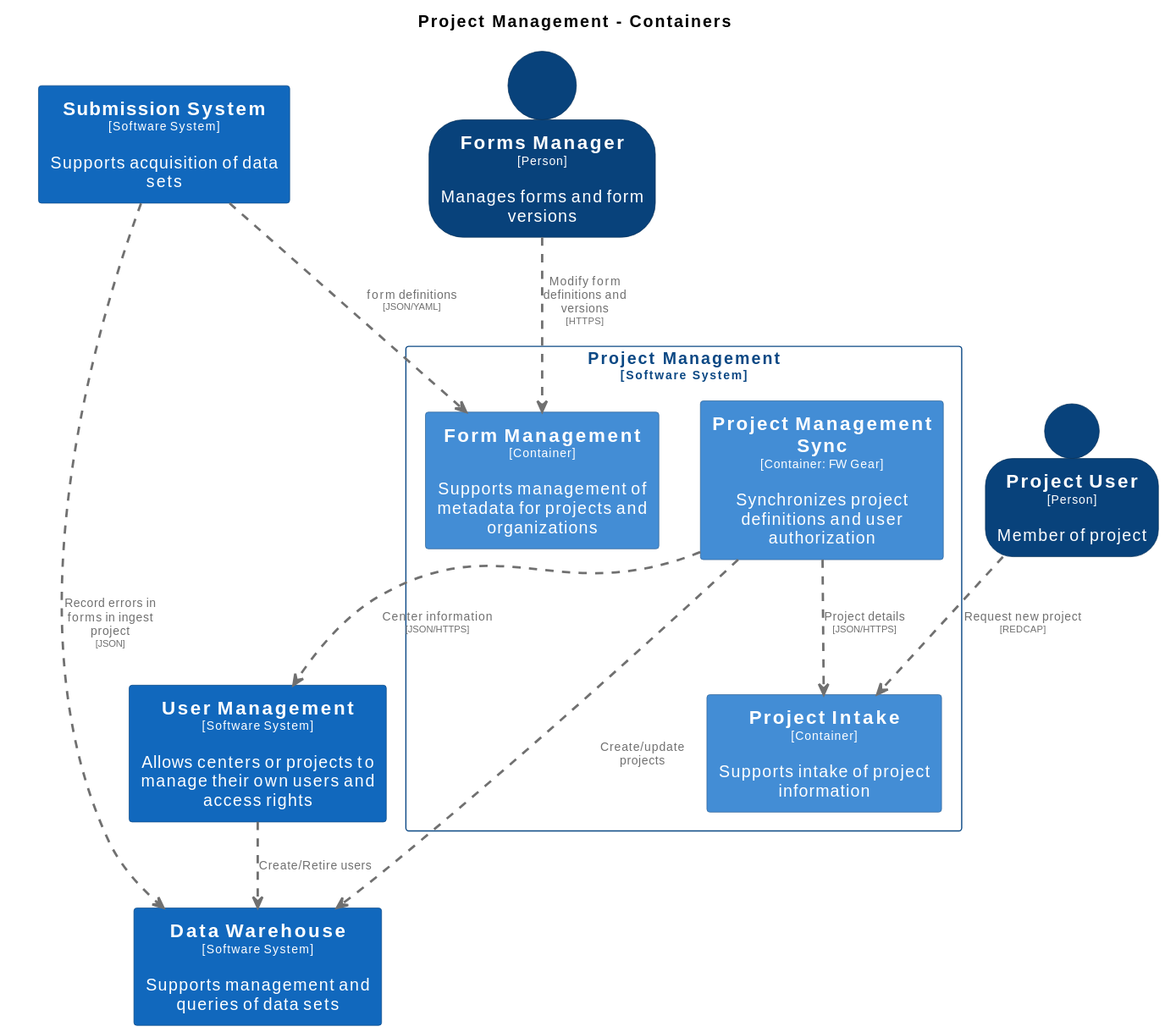
Before: docs/images/structurizr-ProjectManagementContainers.svg, a diagram exported from PlantUML (naccdata/system-design).
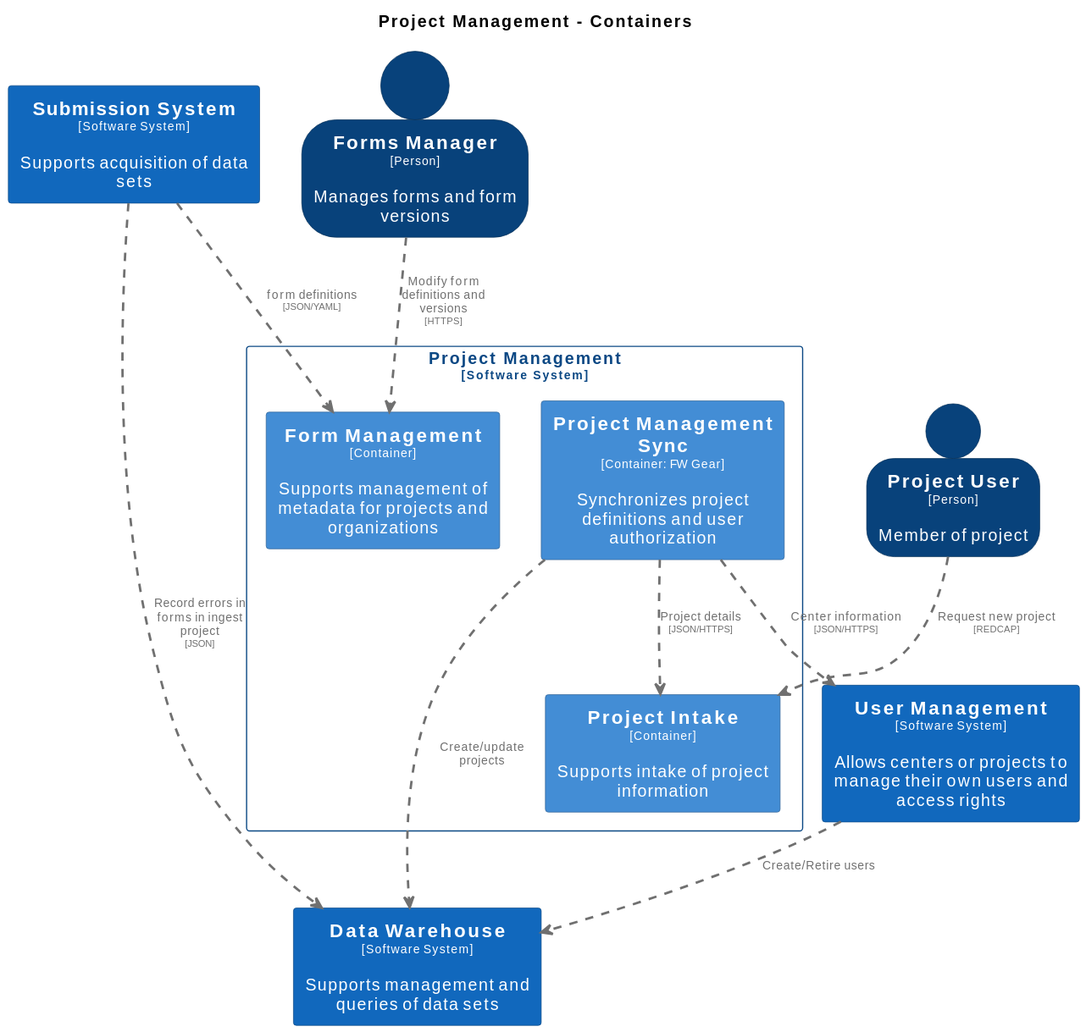
After the change.

What changed in the source:
```diff
@@ -55,11 +55,11 @@
   BorderColor #0b4884
 }
 
+person "==Project User\n<size:10>[Person]</size>\n\nMember of project" <<ProjectUser>> as ProjectUser
 rectangle "==Data Warehouse\n<size:10>[Software System]</size>\n\nSupports management and queries of data sets" <<DataWarehouse>> as DataWarehouse
 rectangle "==Submission System\n<size:10>[Software System]</size>\n\nSupports acquisition of data sets" <<SubmissionSystem>> as SubmissionSystem
 rectangle "==User Management\n<size:10>[Software System]</size>\n\nAllows centers or projects to manage their own users and access rights" <<UserManagement>> as UserManagement
 person "==Forms Manager\n<size:10>[Person]</size>\n\nManages forms and form versions" <<FormsManager>> as FormsManager
-person "==Project User\n<size:10>[Person]</size>\n\nMember of project" <<ProjectUser>> as ProjectUser
 
 rectangle "Project Management\n<size:10>[Software System]</size>" <<ProjectManagement>> {
   skinparam RectangleBorderColor<<ProjectManagement>> #0b4884
```
